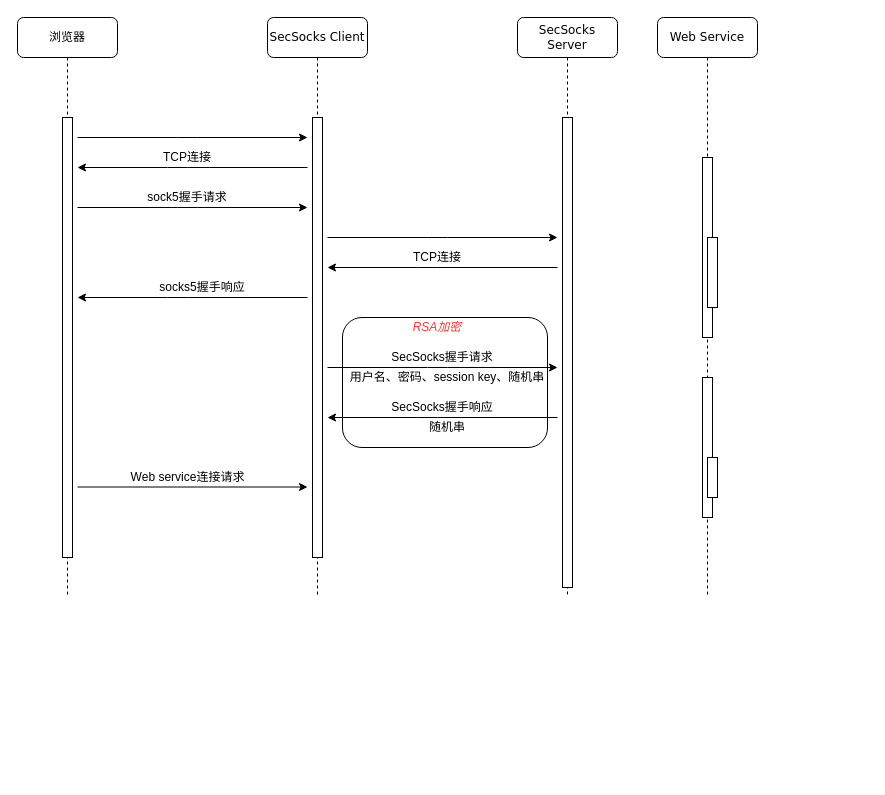
The draw.io diagram Untitled Diagram.drawio in CBackyx/SecSocks, before the edit. Source tidied: cells renumbered, new cells numbered last; positions are measured from the earlier drawing's top-left corner, leaving out a move shared by most shapes. Both pictures are drawn from the tidied source at 100%, with x=0, y=0 at pixel (17, 17).
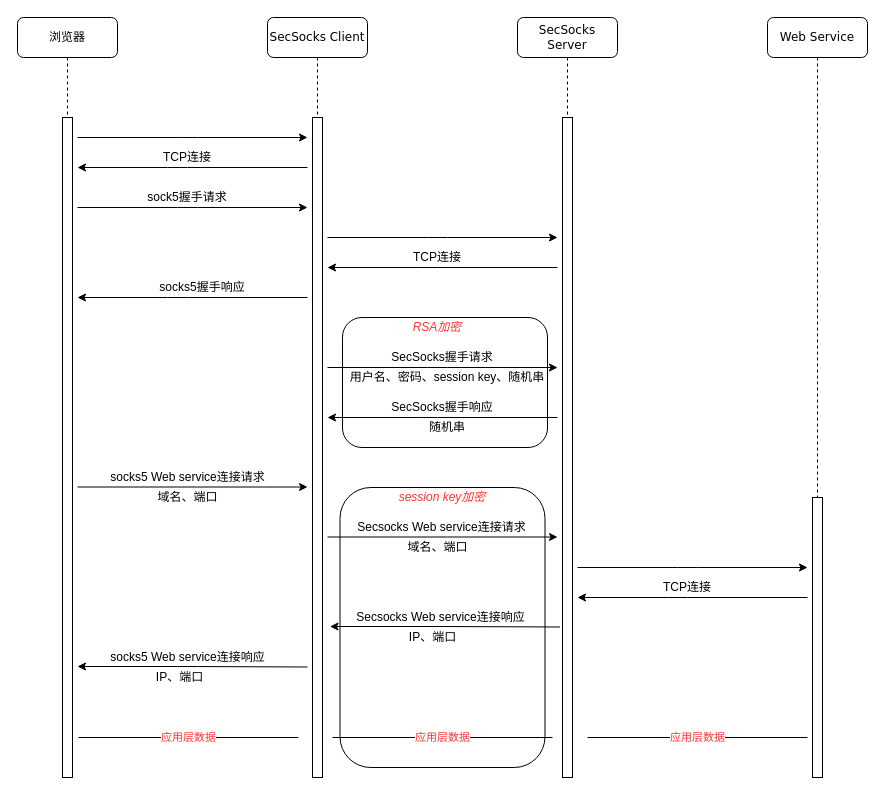
After the change.

The edit, as a diff of the source:
```diff
@@
     <mxCell id="2" value="SecSocks Client" style="shape=umlLifeline;perimeter=lifelinePerimeter;whiteSpace=wrap;html=1;rounded=1;shadow=0;comic=0;labelBackgroundColor=none;strokeWidth=1;fontFamily=Verdana;fontSize=12;align=center;" parent="1" vertex="1">
-      <mxGeometry x="250" width="100" height="580" as="geometry" />
+      <mxGeometry x="250" width="100" height="760" as="geometry" />
     </mxCell>
     <mxCell id="3" style="html=1;perimeter=orthogonalPerimeter;rounded=0;shadow=0;comic=0;labelBackgroundColor=none;strokeWidth=1;fontFamily=Verdana;fontSize=12;align=center;" parent="2" vertex="1">
-      <mxGeometry x="45" y="100" width="10" height="440" as="geometry" />
+      <mxGeometry x="45" y="100" width="10" height="660" as="geometry" />
     </mxCell>
     <mxCell id="4" value="SecSocks Server" style="shape=umlLifeline;perimeter=lifelinePerimeter;whiteSpace=wrap;html=1;rounded=1;shadow=0;comic=0;labelBackgroundColor=none;strokeWidth=1;fontFamily=Verdana;fontSize=12;align=center;" parent="1" vertex="1">
-      <mxGeometry x="500" width="100" height="580" as="geometry" />
+      <mxGeometry x="500" width="100" height="760" as="geometry" />
     </mxCell>
     <mxCell id="5" style="html=1;perimeter=orthogonalPerimeter;rounded=0;shadow=0;comic=0;labelBackgroundColor=none;strokeWidth=1;fontFamily=Verdana;fontSize=12;align=center;" parent="4" vertex="1">
-      <mxGeometry x="45" y="100" width="10" height="470" as="geometry" />
+      <mxGeometry x="45" y="100" width="10" height="660" as="geometry" />
     </mxCell>
     <mxCell id="6" value="Web Service" style="shape=umlLifeline;perimeter=lifelinePerimeter;whiteSpace=wrap;html=1;rounded=1;shadow=0;comic=0;labelBackgroundColor=none;strokeWidth=1;fontFamily=Verdana;fontSize=12;align=center;" parent="1" vertex="1">
-      <mxGeometry x="640" width="100" height="580" as="geometry" />
+      <mxGeometry x="750" width="100" height="760" as="geometry" />
     </mxCell>
+    <mxCell id="9" style="html=1;perimeter=orthogonalPerimeter;rounded=0;shadow=0;comic=0;labelBackgroundColor=none;strokeWidth=1;fontFamily=Verdana;fontSize=12;align=center;" parent="6" vertex="1">
+      <mxGeometry x="45" y="480" width="10" height="280" as="geometry" />
+    </mxCell>
     <mxCell id="7" value="浏览器" style="shape=umlLifeline;perimeter=lifelinePerimeter;whiteSpace=wrap;html=1;rounded=1;shadow=0;comic=0;labelBackgroundColor=none;strokeWidth=1;fontFamily=Verdana;fontSize=12;align=center;" parent="1" vertex="1">
-      <mxGeometry width="100" height="580" as="geometry" />
+      <mxGeometry width="100" height="760" as="geometry" />
     </mxCell>
     <mxCell id="8" style="html=1;perimeter=orthogonalPerimeter;rounded=0;shadow=0;comic=0;labelBackgroundColor=none;strokeWidth=1;fontFamily=Verdana;fontSize=12;align=center;" parent="7" vertex="1">
-      <mxGeometry x="45" y="100" width="10" height="440" as="geometry" />
+      <mxGeometry x="45" y="100" width="10" height="660" as="geometry" />
     </mxCell>
-    <mxCell id="9" style="html=1;perimeter=orthogonalPerimeter;rounded=0;shadow=0;comic=0;labelBackgroundColor=none;strokeWidth=1;fontFamily=Verdana;fontSize=12;align=center;" parent="1" vertex="1">
-      <mxGeometry x="685" y="140" width="10" height="180" as="geometry" />
-    </mxCell>
-    <mxCell id="10" style="html=1;perimeter=orthogonalPerimeter;rounded=0;shadow=0;comic=0;labelBackgroundColor=none;strokeWidth=1;fontFamily=Verdana;fontSize=12;align=center;" parent="1" vertex="1">
-      <mxGeometry x="685" y="360" width="10" height="140" as="geometry" />
-    </mxCell>
-    <mxCell id="11" style="html=1;perimeter=orthogonalPerimeter;rounded=0;shadow=0;comic=0;labelBackgroundColor=none;strokeWidth=1;fontFamily=Verdana;fontSize=12;align=center;" parent="1" vertex="1">
-      <mxGeometry x="690" y="220" width="10" height="70" as="geometry" />
-    </mxCell>
-    <mxCell id="12" style="html=1;perimeter=orthogonalPerimeter;rounded=0;shadow=0;comic=0;labelBackgroundColor=none;strokeWidth=1;fontFamily=Verdana;fontSize=12;align=center;" parent="1" vertex="1">
-      <mxGeometry x="690" y="440" width="10" height="40" as="geometry" />
-    </mxCell>
@@
-    <mxCell id="32" value="Web service连接请求" style="text;html=1;strokeColor=none;fillColor=none;align=center;verticalAlign=middle;whiteSpace=wrap;rounded=0;" parent="1" vertex="1">
-      <mxGeometry x="107.5" y="450" width="125" height="20" as="geometry" />
+    <mxCell id="32" value="socks5 Web service连接请求" style="text;html=1;strokeColor=none;fillColor=none;align=center;verticalAlign=middle;whiteSpace=wrap;rounded=0;" parent="1" vertex="1">
+      <mxGeometry x="88.8" y="450" width="162.5" height="20" as="geometry" />
     </mxCell>
+    <mxCell id="33" value="域名、端口" style="text;html=1;strokeColor=none;fillColor=none;align=center;verticalAlign=middle;whiteSpace=wrap;rounded=0;" parent="1" vertex="1">
+      <mxGeometry x="107.5" y="470" width="125" height="20" as="geometry" />
+    </mxCell>
+    <mxCell id="34" style="endArrow=classic;html=1;" parent="1" edge="1">
+      <mxGeometry relative="1" as="geometry">
+        <mxPoint x="310" y="519.5" as="sourcePoint" />
+        <mxPoint x="540" y="519.5" as="targetPoint" />
+        <Array as="points">
+          <mxPoint x="420" y="519.5" />
+        </Array>
+      </mxGeometry>
+    </mxCell>
+    <mxCell id="35" value="Secsocks Web service连接请求" style="text;html=1;strokeColor=none;fillColor=none;align=center;verticalAlign=middle;whiteSpace=wrap;rounded=0;" parent="1" vertex="1">
+      <mxGeometry x="338.8" y="500" width="171.2" height="20" as="geometry" />
+    </mxCell>
+    <mxCell id="36" value="域名、端口" style="text;html=1;strokeColor=none;fillColor=none;align=center;verticalAlign=middle;whiteSpace=wrap;rounded=0;" parent="1" vertex="1">
+      <mxGeometry x="357.5" y="520" width="125" height="20" as="geometry" />
+    </mxCell>
+    <mxCell id="37" style="endArrow=classic;html=1;" parent="1" edge="1">
+      <mxGeometry relative="1" as="geometry">
+        <mxPoint x="560" y="550" as="sourcePoint" />
+        <mxPoint x="790" y="550" as="targetPoint" />
+        <Array as="points">
+          <mxPoint x="670" y="550" />
+        </Array>
+      </mxGeometry>
+    </mxCell>
+    <mxCell id="38" style="endArrow=classic;html=1;" parent="1" edge="1">
+      <mxGeometry relative="1" as="geometry">
+        <mxPoint x="790" y="580" as="sourcePoint" />
+        <mxPoint x="560" y="580" as="targetPoint" />
+        <Array as="points">
+          <mxPoint x="660" y="580" />
+        </Array>
+      </mxGeometry>
+    </mxCell>
+    <mxCell id="39" value="TCP连接" style="text;html=1;strokeColor=none;fillColor=none;align=center;verticalAlign=middle;whiteSpace=wrap;rounded=0;" parent="1" vertex="1">
+      <mxGeometry x="640" y="560" width="60" height="20" as="geometry" />
+    </mxCell>
+    <mxCell id="40" style="endArrow=classic;html=1;" parent="1" edge="1">
+      <mxGeometry relative="1" as="geometry">
+        <mxPoint x="542.5" y="609.5" as="sourcePoint" />
+        <mxPoint x="312.5" y="609" as="targetPoint" />
+        <Array as="points">
+          <mxPoint x="422.5" y="609" />
+        </Array>
+      </mxGeometry>
+    </mxCell>
+    <mxCell id="41" value="Secsocks Web service连接响应" style="text;html=1;strokeColor=none;fillColor=none;align=center;verticalAlign=middle;whiteSpace=wrap;rounded=0;" parent="1" vertex="1">
+      <mxGeometry x="336.9" y="590" width="173.1" height="20" as="geometry" />
+    </mxCell>
+    <mxCell id="42" value="IP、端口" style="text;html=1;strokeColor=none;fillColor=none;align=center;verticalAlign=middle;whiteSpace=wrap;rounded=0;" parent="1" vertex="1">
+      <mxGeometry x="352.5" y="610" width="125" height="20" as="geometry" />
+    </mxCell>
+    <mxCell id="43" style="endArrow=classic;html=1;" parent="1" edge="1">
+      <mxGeometry relative="1" as="geometry">
+        <mxPoint x="290" y="649.5" as="sourcePoint" />
+        <mxPoint x="60" y="649" as="targetPoint" />
+        <Array as="points">
+          <mxPoint x="170" y="649" />
+        </Array>
+      </mxGeometry>
+    </mxCell>
+    <mxCell id="44" value="socks5 Web service连接响应" style="text;html=1;strokeColor=none;fillColor=none;align=center;verticalAlign=middle;whiteSpace=wrap;rounded=0;" parent="1" vertex="1">
+      <mxGeometry x="84.4" y="630" width="173.1" height="20" as="geometry" />
+    </mxCell>
+    <mxCell id="45" value="IP、端口" style="text;html=1;strokeColor=none;fillColor=none;align=center;verticalAlign=middle;whiteSpace=wrap;rounded=0;" parent="1" vertex="1">
+      <mxGeometry x="100" y="650" width="125" height="20" as="geometry" />
+    </mxCell>
+    <mxCell id="46" value="应用层数据" style="endArrow=none;html=1;fontColor=#FF3333;" parent="1" edge="1">
+      <mxGeometry relative="1" as="geometry">
+        <mxPoint x="60.9" y="720" as="sourcePoint" />
+        <mxPoint x="280.9" y="720" as="targetPoint" />
+      </mxGeometry>
+    </mxCell>
+    <mxCell id="47" value="应用层数据" style="endArrow=none;html=1;fontColor=#FF3333;" parent="1" edge="1">
+      <mxGeometry relative="1" as="geometry">
+        <mxPoint x="315" y="720" as="sourcePoint" />
+        <mxPoint x="535" y="720" as="targetPoint" />
+      </mxGeometry>
+    </mxCell>
+    <mxCell id="48" value="应用层数据" style="endArrow=none;html=1;fontColor=#FF3333;" parent="1" edge="1">
+      <mxGeometry relative="1" as="geometry">
+        <mxPoint x="570" y="720" as="sourcePoint" />
+        <mxPoint x="790" y="720" as="targetPoint" />
+      </mxGeometry>
+    </mxCell>
+    <mxCell id="49" style="rounded=1;whiteSpace=wrap;html=1;fillColor=none;" parent="1" vertex="1">
+      <mxGeometry x="322.5" y="470" width="205" height="280" as="geometry" />
+    </mxCell>
+    <mxCell id="50" value="session key加密" style="text;html=1;strokeColor=none;fillColor=none;align=center;verticalAlign=middle;whiteSpace=wrap;rounded=0;fontStyle=2;fontColor=#FF3333;" parent="1" vertex="1">
+      <mxGeometry x="375" y="470" width="100" height="20" as="geometry" />
+    </mxCell>
```
